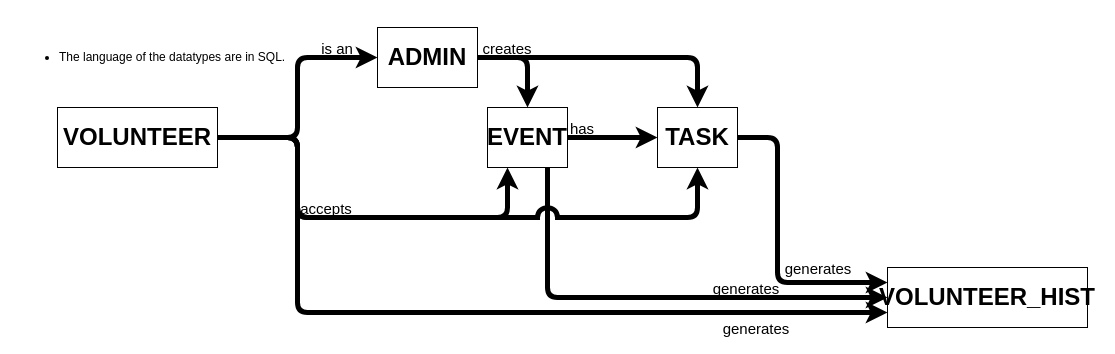
This is Assignment1/UML_database.drawio from Imanoodle13/COSC4353-Assignments, a draw.io file, before an edit. Source tidied: cells renumbered, new cells numbered last; positions are measured from the earlier drawing's top-left corner, leaving out a move shared by most shapes. Both pictures are drawn from the tidied source at 100%, with x=0, y=0 at pixel (17, 27).
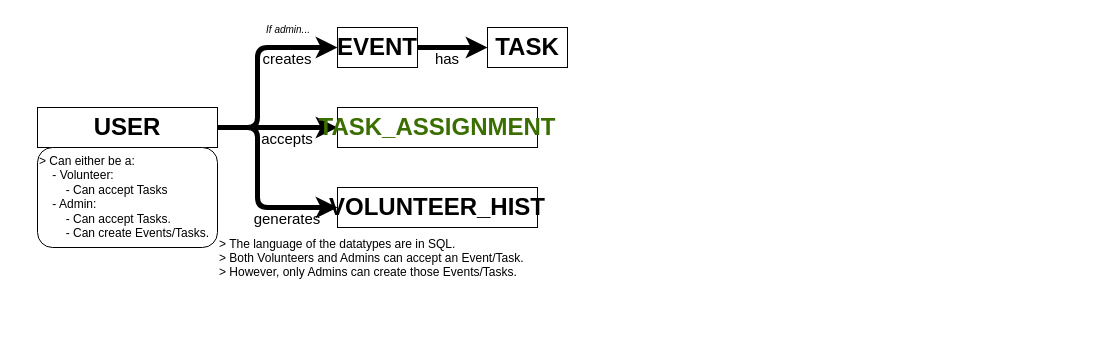
The same page after the edit.

Commit message:
Refactored UML diagram for clarity and updated element positioning.

The edit, as a diff of the source:
```diff
@@
-    <mxCell id="2" value="generates" style="edgeStyle=elbowEdgeStyle;exitX=0.75;exitY=1;exitDx=0;exitDy=0;entryX=0;entryY=0.5;entryDx=0;entryDy=0;strokeColor=light-dark(#000000,#FF7100);strokeWidth=5;fontFamily=Calibri;fontColor=light-dark(#000000,#FF7100);labelBackgroundColor=none;fontSize=15;jumpStyle=arc;jumpSize=12;" parent="1" edge="1" source="8" target="7">
-      <mxGeometry x="0.4" y="10" relative="1" as="geometry">
-        <Array as="points">
-          <mxPoint x="530" y="200" />
-        </Array>
-      </mxGeometry>
-    </mxCell>
-    <mxCell id="3" value="&lt;ul&gt;&lt;li&gt;&lt;font style=&quot;color: light-dark(rgb(0, 0, 0), rgb(0, 0, 0));&quot; face=&quot;Calibri&quot;&gt;The language of the datatypes are in SQL.&lt;/font&gt;&lt;/li&gt;&lt;/ul&gt;" style="text;html=1;align=left;verticalAlign=middle;strokeColor=none;fillColor=none;" parent="1" vertex="1">
-      <mxGeometry width="270" height="60" as="geometry" />
+    <mxCell id="3" value="&gt; The language of the datatypes are in SQL.&#10;&gt; Both Volunteers and Admins can accept an Event/Task.&#10;&gt; However, only Admins can create those Events/Tasks." style="text;align=left;verticalAlign=middle;strokeColor=none;fillColor=none;fontColor=light-dark(#000000,#000000);" parent="1" vertex="1">
+      <mxGeometry x="200" y="200" width="330" height="60" as="geometry" />
     </mxCell>
-    <mxCell id="4" style="edgeStyle=orthogonalEdgeStyle;exitX=1;exitY=0.5;exitDx=0;exitDy=0;entryX=0;entryY=0.5;entryDx=0;entryDy=0;strokeColor=light-dark(#000000,#0038FF);strokeWidth=5;fontFamily=Calibri;fontColor=light-dark(#000000,#0038FF);labelBackgroundColor=none;jumpStyle=arc;jumpSize=12;" parent="1" edge="1" source="5" target="6">
-      <mxGeometry relative="1" as="geometry" />
-    </mxCell>
-    <mxCell id="5" value="VOLUNTEER" style="whiteSpace=wrap;fillColor=none;fontFamily=Calibri;fontColor=light-dark(#000000,#0038FF);fontSize=24;fontStyle=1;align=center;" parent="1" vertex="1">
-      <mxGeometry x="40" y="80" width="160" height="60" as="geometry" />
+    <mxCell id="5" value="USER" style="whiteSpace=wrap;fillColor=none;fontFamily=Calibri;fontColor=light-dark(#000000,#0038FF);fontSize=24;fontStyle=1;align=center;labelBorderColor=none;" parent="1" vertex="1">
+      <mxGeometry x="20" y="80" width="180" height="40" as="geometry" />
     </mxCell>
-    <mxCell id="6" value="ADMIN" style="whiteSpace=wrap;fillColor=none;fontFamily=Calibri;fontColor=light-dark(#000000,#00F3FF);fontSize=24;fontStyle=1;align=center;" parent="1" vertex="1">
-      <mxGeometry x="360" width="100" height="60" as="geometry" />
-    </mxCell>
     <mxCell id="7" value="VOLUNTEER_HIST" style="whiteSpace=wrap;fillColor=none;fontFamily=Calibri;fontColor=light-dark(#000000,#9300FF);fontSize=24;fontStyle=1;align=center;" parent="1" vertex="1">
-      <mxGeometry x="870" y="240" width="200" height="60" as="geometry" />
+      <mxGeometry x="320" y="160" width="200" height="40" as="geometry" />
     </mxCell>
     <mxCell id="8" value="EVENT" style="whiteSpace=wrap;fillColor=none;fontFamily=Calibri;fontColor=light-dark(#000000,#FF7100);fontSize=24;fontStyle=1;align=center;" parent="1" vertex="1">
-      <mxGeometry x="470" y="80" width="80" height="60" as="geometry" />
+      <mxGeometry x="320" width="80" height="40" as="geometry" />
     </mxCell>
     <mxCell id="9" value="TASK" style="whiteSpace=wrap;fillColor=none;fontFamily=Calibri;fontColor=light-dark(#000000,#FFC600);fontSize=24;fontStyle=1;align=center;" parent="1" vertex="1">
-      <mxGeometry x="640" y="80" width="80" height="60" as="geometry" />
+      <mxGeometry x="470" width="80" height="40" as="geometry" />
     </mxCell>
-    <mxCell id="10" value="is an" style="edgeStyle=orthogonalEdgeStyle;exitX=1;exitY=0.5;exitDx=0;exitDy=0;entryX=0.25;entryY=1;entryDx=0;entryDy=0;strokeColor=light-dark(#000000,#0038FF);strokeWidth=5;fontFamily=Calibri;fontColor=light-dark(#000000,#0038FF);flowAnimation=0;labelBackgroundColor=none;fontSize=15;jumpStyle=arc;jumpSize=12;" parent="1" edge="1" source="5" target="8">
-      <mxGeometry x="-0.62" y="98" relative="1" as="geometry">
-        <Array as="points">
-          <mxPoint x="280" y="110" />
-          <mxPoint x="280" y="190" />
-          <mxPoint x="490" y="190" />
-        </Array>
-        <mxPoint x="-58" y="-90" as="offset" />
-      </mxGeometry>
-    </mxCell>
-    <mxCell id="11" value="generates" style="edgeStyle=orthogonalEdgeStyle;exitX=1;exitY=0.5;exitDx=0;exitDy=0;entryX=0;entryY=0.75;entryDx=0;entryDy=0;strokeColor=light-dark(#000000,#0038FF);strokeWidth=5;fontFamily=Calibri;fontColor=light-dark(#000000,#0038FF);flowAnimation=0;labelBackgroundColor=none;fontSize=15;jumpStyle=arc;jumpSize=12;" parent="1" edge="1" source="5" target="7">
-      <mxGeometry x="0.69" y="-15" relative="1" as="geometry">
+    <mxCell id="11" value="generates" style="edgeStyle=orthogonalEdgeStyle;exitX=1;exitY=0.5;exitDx=0;exitDy=0;entryX=0;entryY=0.5;entryDx=0;entryDy=0;strokeColor=light-dark(#000000,#0038FF);strokeWidth=5;fontFamily=Calibri;fontColor=light-dark(#000000,#0038FF);flowAnimation=0;labelBackgroundColor=none;fontSize=15;jumpStyle=arc;jumpSize=12;" parent="1" edge="1" source="5" target="7">
+      <mxGeometry x="0.5" y="-10" relative="1" as="geometry">
         <Array as="points">
-          <mxPoint x="280" y="110" />
-          <mxPoint x="280" y="285" />
+          <mxPoint x="240" y="100" />
+          <mxPoint x="240" y="180" />
         </Array>
       </mxGeometry>
     </mxCell>
-    <mxCell id="12" style="edgeStyle=orthogonalEdgeStyle;exitX=1;exitY=0.5;exitDx=0;exitDy=0;entryX=0.5;entryY=0;entryDx=0;entryDy=0;strokeColor=light-dark(#000000,#00F3FF);strokeWidth=5;fontFamily=Calibri;fontColor=light-dark(#000000,#0038FF);labelBackgroundColor=none;jumpStyle=arc;jumpSize=12;" parent="1" edge="1" source="6" target="8">
-      <mxGeometry relative="1" as="geometry" />
+    <mxCell id="12" value="creates" style="edgeStyle=orthogonalEdgeStyle;exitX=1;exitY=0.5;exitDx=0;exitDy=0;entryX=0;entryY=0.5;entryDx=0;entryDy=0;strokeColor=light-dark(#000000,#0038FF);strokeWidth=5;fontFamily=Calibri;fontColor=light-dark(#000000,#0038FF);labelBackgroundColor=none;jumpStyle=arc;jumpSize=12;fontSize=15;" parent="1" edge="1" source="5" target="8">
+      <mxGeometry x="0.5" y="-10" relative="1" as="geometry">
+        <Array as="points">
+          <mxPoint x="240" y="100" />
+          <mxPoint x="240" y="20" />
+        </Array>
+      </mxGeometry>
     </mxCell>
-    <mxCell id="13" value="creates" style="edgeStyle=orthogonalEdgeStyle;exitX=1;exitY=0.5;exitDx=0;exitDy=0;strokeColor=light-dark(#000000,#00F3FF);strokeWidth=5;fontFamily=Calibri;fontColor=light-dark(#000000,#00F3FF);labelBackgroundColor=none;entryX=0.5;entryY=0;entryDx=0;entryDy=0;fontSize=15;jumpStyle=arc;jumpSize=12;" parent="1" edge="1" source="6" target="9">
-      <mxGeometry x="-0.78" y="10" relative="1" as="geometry" />
-    </mxCell>
     <mxCell id="14" value="has" style="edgeStyle=elbowEdgeStyle;exitX=1;exitY=0.5;exitDx=0;exitDy=0;entryX=0;entryY=0.5;entryDx=0;entryDy=0;strokeColor=light-dark(#000000,#FF7100);strokeWidth=5;fontFamily=Calibri;fontColor=light-dark(#000000,#FF7100);labelBackgroundColor=none;fontSize=15;" parent="1" edge="1" source="8" target="9">
-      <mxGeometry x="-0.67" y="10" relative="1" as="geometry">
-        <Array as="points">
-          <mxPoint x="590" y="110" />
-        </Array>
-      </mxGeometry>
+      <mxGeometry x="-0.14" y="-10" relative="1" as="geometry" />
     </mxCell>
-    <mxCell id="15" value="accepts" style="edgeStyle=orthogonalEdgeStyle;exitX=1;exitY=0.5;exitDx=0;exitDy=0;entryX=0.5;entryY=1;entryDx=0;entryDy=0;strokeColor=light-dark(#000000,#0038FF);strokeWidth=5;fontFamily=Calibri;fontColor=light-dark(#000000,#0038FF);flowAnimation=0;labelBackgroundColor=none;fontSize=15;jumpStyle=arc;jumpSize=12;" parent="1" edge="1" source="5" target="9">
-      <mxGeometry x="-0.38" y="10" relative="1" as="geometry">
+    <mxCell id="15" value="accepts" style="edgeStyle=orthogonalEdgeStyle;exitX=1;exitY=0.5;exitDx=0;exitDy=0;entryX=0;entryY=0.5;entryDx=0;entryDy=0;strokeColor=light-dark(#000000,#0038FF);strokeWidth=5;fontFamily=Calibri;fontColor=light-dark(#000000,#0038FF);flowAnimation=0;labelBackgroundColor=none;fontSize=15;jumpStyle=arc;jumpSize=12;" parent="1" edge="1" source="5" target="18">
+      <mxGeometry x="0.17" y="-10" relative="1" as="geometry">
         <Array as="points">
-          <mxPoint x="280" y="110" />
-          <mxPoint x="280" y="190" />
-          <mxPoint x="680" y="190" />
+          <mxPoint x="260" y="100" />
+          <mxPoint x="260" y="100" />
         </Array>
       </mxGeometry>
     </mxCell>
-    <mxCell id="16" value="generates" style="edgeStyle=orthogonalEdgeStyle;exitX=1;exitY=0.5;exitDx=0;exitDy=0;strokeColor=light-dark(#000000, #f6c843);strokeWidth=5;fontFamily=Calibri;fontColor=light-dark(#000000,#F6C843);flowAnimation=0;labelBackgroundColor=none;fontSize=15;jumpStyle=arc;entryX=0;entryY=0.25;entryDx=0;entryDy=0;jumpSize=12;" parent="1" edge="1" source="9" target="7">
-      <mxGeometry x="0.53" y="15" relative="1" as="geometry">
-        <Array as="points">
-          <mxPoint x="760" y="110" />
-          <mxPoint x="760" y="255" />
-        </Array>
-      </mxGeometry>
-    </mxCell>
+    <mxCell id="17" value="&gt; Can either be a:&#10;    - Volunteer:&#10;        - Can accept Tasks&#10;    - Admin:&#10;        - Can accept Tasks.&#10;        - Can create Events/Tasks." style="whiteSpace=wrap;fontColor=light-dark(#000000,#0038FF);labelBackgroundColor=none;fillColor=light-dark(#FFFFFF,#78A3FF);rounded=1;fontFamily=Calibri;align=left;verticalAlign=top;fontStyle=0;" parent="1" vertex="1">
+      <mxGeometry x="20" y="120" width="180" height="100" as="geometry" />
+    </mxCell>
+    <mxCell id="18" value="TASK_ASSIGNMENT" style="whiteSpace=wrap;fillColor=none;fontFamily=Calibri;fontColor=light-dark(#3B6E00,#5DA800);fontSize=24;fontStyle=1;align=center;" parent="1" vertex="1">
+      <mxGeometry x="320" y="80" width="200" height="40" as="geometry" />
+    </mxCell>
+    <mxCell id="19" value="If admin..." style="text;align=center;verticalAlign=middle;strokeColor=none;fillColor=none;fontColor=light-dark(#000000,#0038FF);fontStyle=2;fontSize=10;" parent="1" vertex="1">
+      <mxGeometry x="240" y="-10" width="62" height="24" as="geometry" />
+    </mxCell>
```
